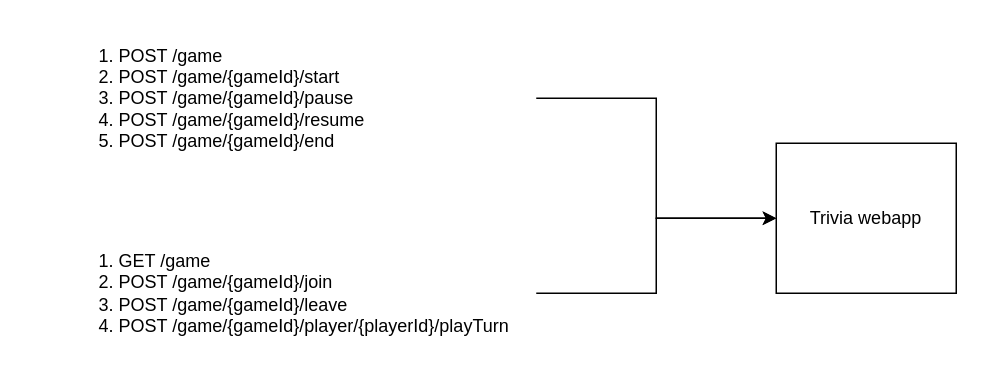
Earlier version of the draw.io diagram page "REST interface" (3 of 4) of java/docs/design-docs/webapp-version/design-doc.drawio (mbimbij/trivia). Source tidied: cells renumbered, new cells numbered last; positions are measured from the earlier drawing's top-left corner, leaving out a move shared by most shapes. Both pictures are drawn from the tidied source at 150%, with x=0, y=0 at pixel (56, 38).
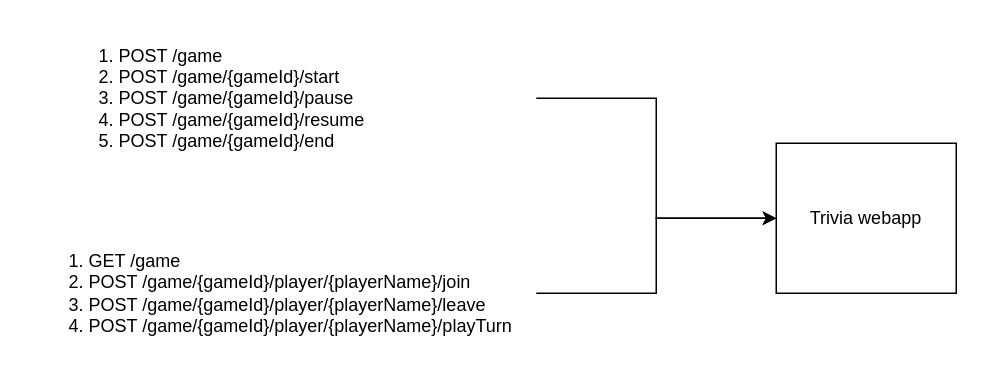
Above is the later version.

Commit message (it also covers changes not shown here):
Implement adding a player to a created game

Change to the diagram source:
```diff
@@
 <mxGraphModel>
   <root>
     <mxCell id="0" />
     <mxCell id="1" parent="0" />
     <mxCell id="2" value="Trivia webapp" style="rounded=0;whiteSpace=wrap;html=1;" parent="1" vertex="1">
       <mxGeometry x="480" y="70" width="120" height="100" as="geometry" />
     </mxCell>
     <mxCell id="3" style="edgeStyle=orthogonalEdgeStyle;rounded=0;jettySize=auto;html=1;" parent="1" edge="1" source="4" target="2">
       <mxGeometry relative="1" as="geometry" />
     </mxCell>
     <mxCell id="4" value="&lt;ol&gt;&lt;li&gt;&lt;span style=&quot;background-color: initial;&quot;&gt;POST /game&lt;/span&gt;&lt;br&gt;&lt;/li&gt;&lt;li style=&quot;border-color: var(--border-color);&quot;&gt;POST /game/{gameId}/start&lt;/li&gt;&lt;li style=&quot;border-color: var(--border-color);&quot;&gt;POST /game/{gameId}/pause&lt;/li&gt;&lt;li style=&quot;border-color: var(--border-color);&quot;&gt;POST /game/{gameId}/resume&lt;br style=&quot;border-color: var(--border-color);&quot;&gt;&lt;/li&gt;&lt;li style=&quot;border-color: var(--border-color);&quot;&gt;POST /game/{gameId}/end&lt;/li&gt;&lt;/ol&gt;" style="text;html=1;strokeColor=none;fillColor=none;align=left;verticalAlign=middle;whiteSpace=wrap;rounded=0;" parent="1" vertex="1">
       <mxGeometry width="320" height="80" as="geometry" />
     </mxCell>
     <mxCell id="5" style="edgeStyle=orthogonalEdgeStyle;rounded=0;jettySize=auto;html=1;entryX=0;entryY=0.5;entryDx=0;entryDy=0;" parent="1" edge="1" source="6" target="2">
       <mxGeometry relative="1" as="geometry" />
     </mxCell>
-    <mxCell id="6" value="&lt;ol&gt;&lt;li&gt;&lt;span style=&quot;background-color: initial;&quot;&gt;GET /game&lt;/span&gt;&lt;br&gt;&lt;/li&gt;&lt;li&gt;POST /game/{gameId}/join&lt;/li&gt;&lt;li&gt;&lt;span style=&quot;background-color: initial;&quot;&gt;POST /game/{gameId}/leave&lt;/span&gt;&lt;br&gt;&lt;/li&gt;&lt;li&gt;POST /game/{gameId}/player/{playerId}/playTurn&lt;br&gt;&lt;/li&gt;&lt;/ol&gt;" style="text;html=1;strokeColor=none;fillColor=none;align=left;verticalAlign=middle;whiteSpace=wrap;rounded=0;" parent="1" vertex="1">
-      <mxGeometry y="130" width="320" height="80" as="geometry" />
+    <mxCell id="6" value="&lt;ol&gt;&lt;li&gt;&lt;span style=&quot;background-color: initial;&quot;&gt;GET /game&lt;/span&gt;&lt;br&gt;&lt;/li&gt;&lt;li&gt;POST /game/{gameId}/player/{playerName}/join&lt;/li&gt;&lt;li&gt;&lt;span style=&quot;background-color: initial;&quot;&gt;POST /game/{gameId}/player/{playerName}/leave&lt;/span&gt;&lt;br&gt;&lt;/li&gt;&lt;li&gt;POST /game/{gameId}/player/{playerName}/playTurn&lt;br&gt;&lt;/li&gt;&lt;/ol&gt;" style="text;html=1;strokeColor=none;fillColor=none;align=left;verticalAlign=middle;whiteSpace=wrap;rounded=0;" parent="1" vertex="1">
+      <mxGeometry x="-20" y="130" width="340" height="80" as="geometry" />
     </mxCell>
   </root>
 </mxGraphModel>
```
